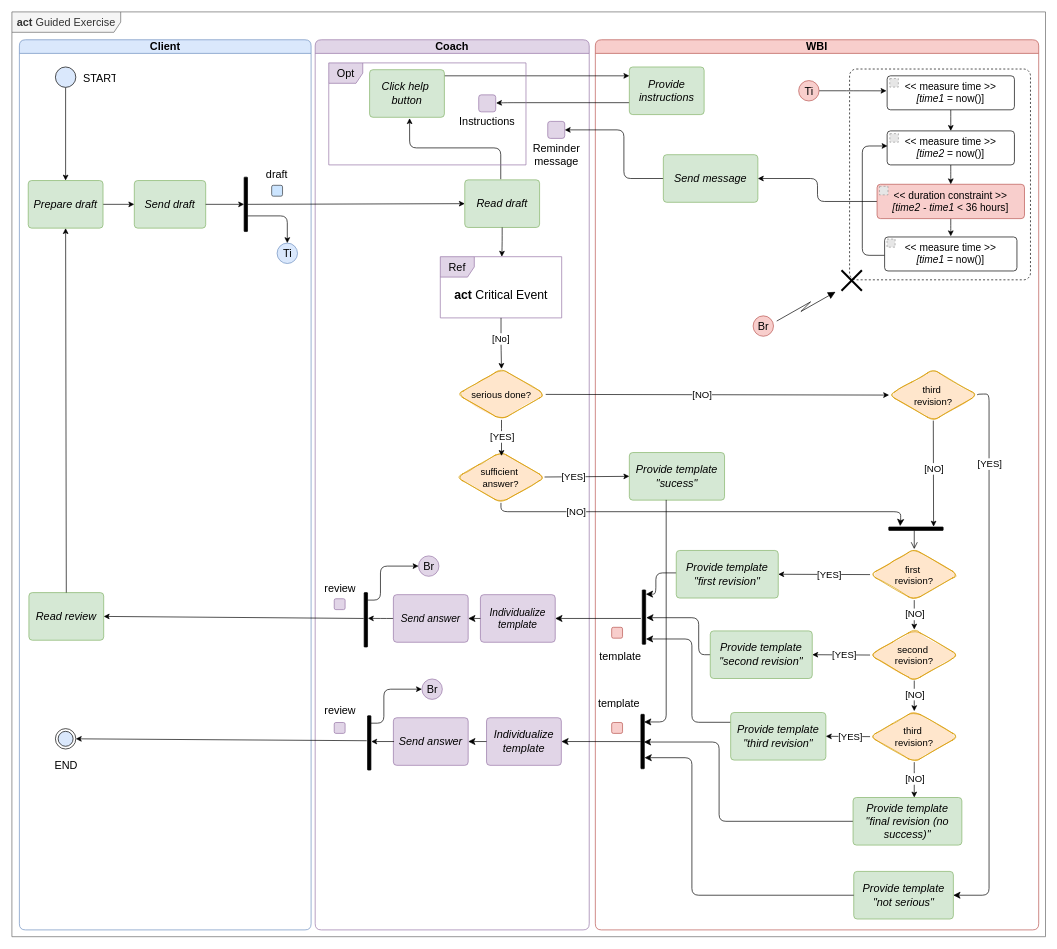
peterfromberger/mtLancetSupplementNEW keeps this draw.io diagram as page "act_Guided_Exercise" (4 of 8) of _diagrams/mtDiagrams.drawio. Above is the earlier version. Source tidied: cells renumbered, new cells numbered last; positions are measured from the earlier drawing's top-left corner, leaving out a move shared by most shapes. Both pictures are drawn from the tidied source at 68%, with x=0, y=0 at pixel (12, 12). Pictures stored in the file or linked from it are replaced by grey dashed boxes.
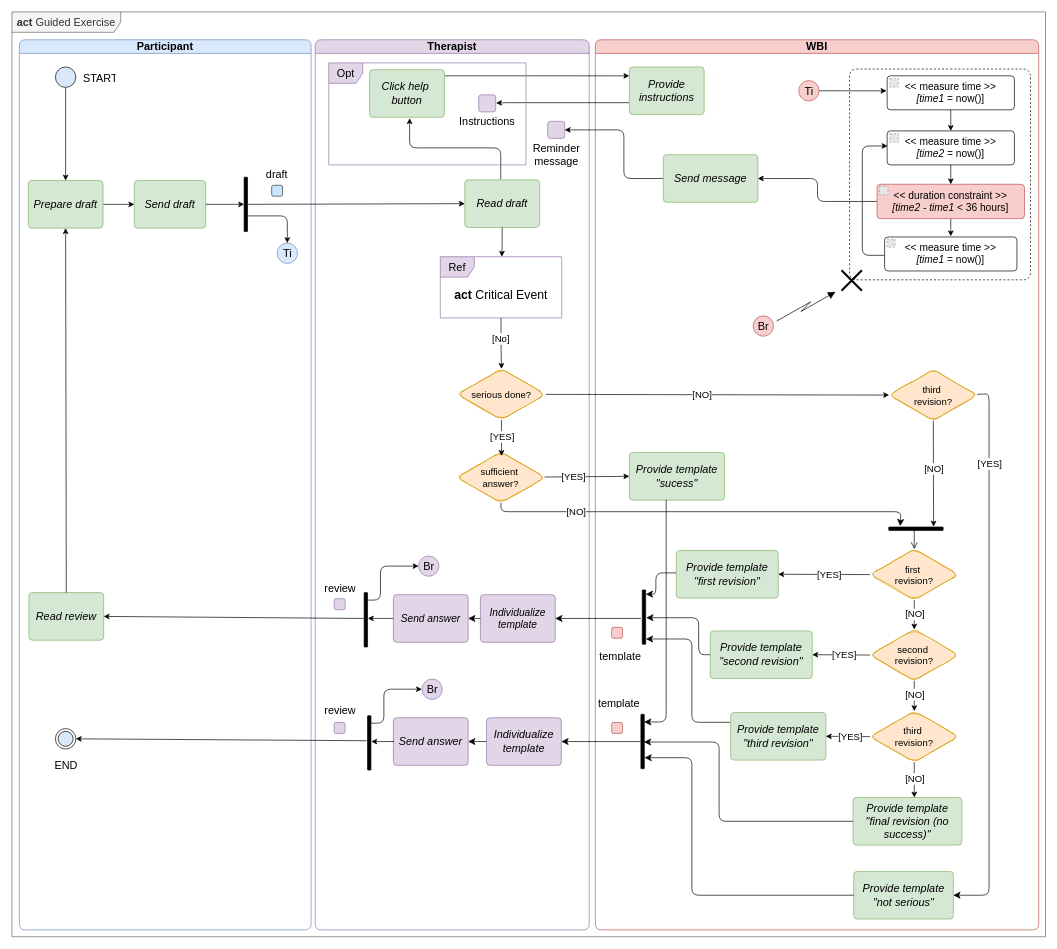
The same diagram, later.

What changed in the source:
```diff
@@
-    <mxCell id="3" value="&lt;font style=&quot;font-size: 16px;&quot;&gt;Coach&lt;/font&gt;" style="swimlane;startSize=20;whiteSpace=wrap;html=1;fillColor=#e1d5e7;strokeColor=#9673a6;rounded=1;" parent="1" vertex="1">
+    <mxCell id="3" value="&lt;font style=&quot;font-size: 16px;&quot;&gt;Therapist&lt;/font&gt;" style="swimlane;startSize=20;whiteSpace=wrap;html=1;fillColor=#e1d5e7;strokeColor=#9673a6;rounded=1;" parent="1" vertex="1">
       <mxGeometry x="446" y="41" width="403" height="1309" as="geometry" />
     </mxCell>
@@
-    <mxCell id="13" value="&lt;font style=&quot;font-size: 16px;&quot;&gt;Client&lt;/font&gt;" style="swimlane;startSize=20;whiteSpace=wrap;html=1;fillColor=#dae8fc;strokeColor=#6c8ebf;rounded=1;" parent="1" vertex="1">
+    <mxCell id="13" value="&lt;font style=&quot;font-size: 16px;&quot;&gt;Participant&lt;/font&gt;" style="swimlane;startSize=20;whiteSpace=wrap;html=1;fillColor=#dae8fc;strokeColor=#6c8ebf;rounded=1;" parent="1" vertex="1">
       <mxGeometry x="11" y="41" width="429" height="1309" as="geometry" />
     </mxCell>
```
